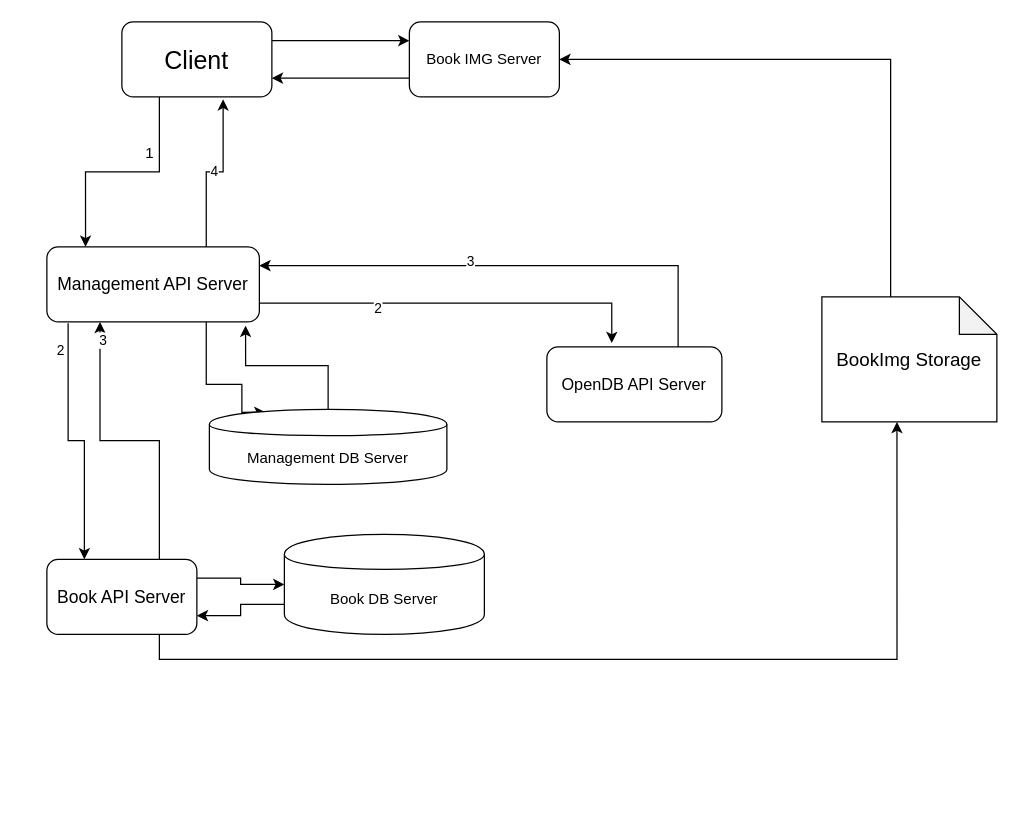
Before: Doc/Design.drawio in Sora-210/RyukokuBooksSystem, a draw.io diagram. Source tidied: cells renumbered, new cells numbered last; positions are measured from the earlier drawing's top-left corner, leaving out a move shared by most shapes. Both pictures are drawn from the tidied source at 125%, with x=0, y=0 at pixel (46, 21).
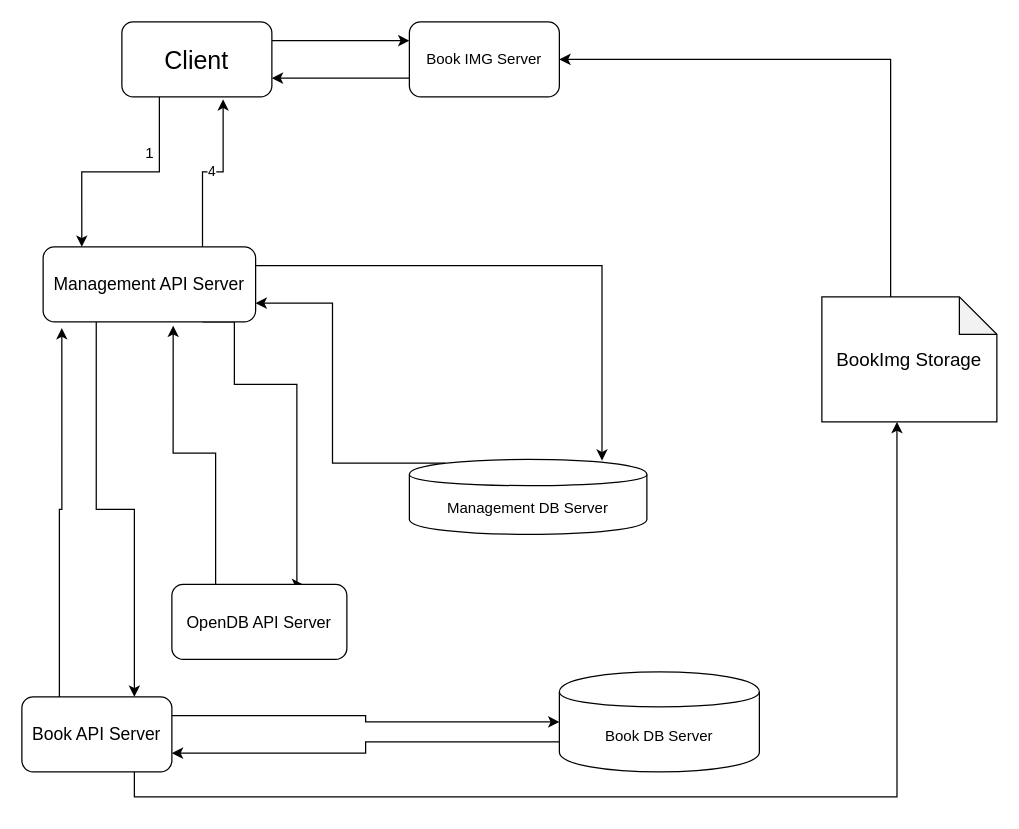
The same diagram, later.

Commit message:
サーバーデザインの変更

The edit, as a diff of the source:
```diff
@@
-    <mxCell id="5" style="edgeStyle=orthogonalEdgeStyle;rounded=0;jettySize=auto;html=1;entryX=0.25;entryY=0;entryDx=0;entryDy=0;exitX=0.1;exitY=1.017;exitDx=0;exitDy=0;exitPerimeter=0;" parent="1" edge="1" source="11" target="16">
-      <mxGeometry relative="1" as="geometry" />
-    </mxCell>
-    <mxCell id="6" value="2" style="edgeLabel;html=1;align=center;verticalAlign=middle;" parent="5" vertex="1">
-      <mxGeometry x="-0.38" y="-18" relative="1" as="geometry">
-        <mxPoint x="11" y="-42" as="offset" />
-      </mxGeometry>
-    </mxCell>
-    <mxCell id="7" style="edgeStyle=orthogonalEdgeStyle;rounded=0;jettySize=auto;html=1;exitX=1;exitY=0.75;exitDx=0;exitDy=0;entryX=0.371;entryY=-0.05;entryDx=0;entryDy=0;entryPerimeter=0;" parent="1" edge="1" source="11" target="19">
-      <mxGeometry relative="1" as="geometry" />
-    </mxCell>
-    <mxCell id="8" value="2" style="edgeLabel;html=1;align=center;verticalAlign=middle;" parent="7" vertex="1">
-      <mxGeometry x="-0.4" y="-3" relative="1" as="geometry" />
-    </mxCell>
@@
-    <mxCell id="10" style="edgeStyle=orthogonalEdgeStyle;rounded=0;jettySize=auto;html=1;exitX=0.75;exitY=1;exitDx=0;exitDy=0;entryX=0.236;entryY=0.038;entryDx=0;entryDy=0;entryPerimeter=0;" parent="1" edge="1" source="11" target="22">
-      <mxGeometry relative="1" as="geometry">
-        <Array as="points">
-          <mxPoint x="128" y="290" />
-          <mxPoint x="156" y="290" />
-        </Array>
-      </mxGeometry>
+    <mxCell id="10" style="edgeStyle=orthogonalEdgeStyle;rounded=0;jettySize=auto;html=1;exitX=1;exitY=0.25;exitDx=0;exitDy=0;entryX=0.811;entryY=0.017;entryDx=0;entryDy=0;entryPerimeter=0;" parent="1" edge="1" source="11" target="22">
+      <mxGeometry relative="1" as="geometry" />
     </mxCell>
+    <mxCell id="7" style="edgeStyle=orthogonalEdgeStyle;rounded=0;jettySize=auto;html=1;exitX=0.75;exitY=1;exitDx=0;exitDy=0;entryX=0.75;entryY=0;entryDx=0;entryDy=0;" parent="1" edge="1" source="11" target="19">
+      <mxGeometry relative="1" as="geometry">
+        <Array as="points">
+          <mxPoint x="150" y="240" />
+          <mxPoint x="150" y="290" />
+          <mxPoint x="200" y="290" />
+          <mxPoint x="200" y="450" />
+        </Array>
+      </mxGeometry>
+    </mxCell>
+    <mxCell id="5" style="edgeStyle=orthogonalEdgeStyle;rounded=0;jettySize=auto;html=1;exitX=0.25;exitY=1;exitDx=0;exitDy=0;entryX=0.75;entryY=0;entryDx=0;entryDy=0;" parent="1" edge="1" source="11" target="16">
+      <mxGeometry relative="1" as="geometry" />
+    </mxCell>
     <mxCell id="11" value="&lt;font style=&quot;font-size: 14px&quot;&gt;Management API Server&lt;/font&gt;" style="rounded=1;whiteSpace=wrap;html=1;" parent="1" vertex="1">
-      <mxGeometry y="180" width="170" height="60" as="geometry" />
+      <mxGeometry x="-3" y="180" width="170" height="60" as="geometry" />
     </mxCell>
-    <mxCell id="12" style="edgeStyle=orthogonalEdgeStyle;rounded=0;jettySize=auto;html=1;exitX=0.75;exitY=0;exitDx=0;exitDy=0;entryX=0.25;entryY=1;entryDx=0;entryDy=0;" parent="1" edge="1" source="16" target="11">
-      <mxGeometry relative="1" as="geometry" />
-    </mxCell>
-    <mxCell id="13" value="3" style="edgeLabel;html=1;align=center;verticalAlign=middle;" parent="12" vertex="1">
-      <mxGeometry x="0.19" y="2" relative="1" as="geometry">
-        <mxPoint y="-82.5" as="offset" />
-      </mxGeometry>
-    </mxCell>
@@
+    <mxCell id="12" style="edgeStyle=orthogonalEdgeStyle;rounded=0;jettySize=auto;html=1;exitX=0.25;exitY=0;exitDx=0;exitDy=0;entryX=0.088;entryY=1.083;entryDx=0;entryDy=0;entryPerimeter=0;" parent="1" edge="1" source="16" target="11">
+      <mxGeometry relative="1" as="geometry" />
+    </mxCell>
     <mxCell id="16" value="&lt;font style=&quot;font-size: 14px&quot;&gt;Book API Server&lt;/font&gt;" style="rounded=1;whiteSpace=wrap;html=1;" parent="1" vertex="1">
-      <mxGeometry y="430" width="120" height="60" as="geometry" />
+      <mxGeometry x="-20" y="540" width="120" height="60" as="geometry" />
     </mxCell>
-    <mxCell id="17" style="edgeStyle=orthogonalEdgeStyle;rounded=0;jettySize=auto;html=1;exitX=0.75;exitY=0;exitDx=0;exitDy=0;entryX=1;entryY=0.25;entryDx=0;entryDy=0;" parent="1" edge="1" source="19" target="11">
+    <mxCell id="17" style="edgeStyle=orthogonalEdgeStyle;rounded=0;jettySize=auto;html=1;exitX=0.25;exitY=0;exitDx=0;exitDy=0;entryX=0.612;entryY=1.05;entryDx=0;entryDy=0;entryPerimeter=0;" parent="1" edge="1" source="19" target="11">
       <mxGeometry relative="1" as="geometry" />
     </mxCell>
-    <mxCell id="18" value="3" style="edgeLabel;html=1;align=center;verticalAlign=middle;" parent="17" vertex="1">
-      <mxGeometry x="0.12" y="9" relative="1" as="geometry">
-        <mxPoint x="-8" y="-13" as="offset" />
-      </mxGeometry>
-    </mxCell>
     <mxCell id="19" value="&lt;font style=&quot;font-size: 13px&quot;&gt;OpenDB API Server&lt;/font&gt;" style="rounded=1;whiteSpace=wrap;html=1;" parent="1" vertex="1">
-      <mxGeometry x="400" y="260" width="140" height="60" as="geometry" />
+      <mxGeometry x="100" y="450" width="140" height="60" as="geometry" />
     </mxCell>
@@
-    <mxCell id="21" style="edgeStyle=orthogonalEdgeStyle;rounded=0;jettySize=auto;html=1;exitX=0.5;exitY=0;exitDx=0;exitDy=0;entryX=0.935;entryY=1.05;entryDx=0;entryDy=0;entryPerimeter=0;" parent="1" edge="1" source="22" target="11">
+    <mxCell id="21" style="edgeStyle=orthogonalEdgeStyle;rounded=0;jettySize=auto;html=1;exitX=0.15;exitY=0.05;exitDx=0;exitDy=0;exitPerimeter=0;entryX=1;entryY=0.75;entryDx=0;entryDy=0;" parent="1" edge="1" source="22" target="11">
       <mxGeometry relative="1" as="geometry" />
     </mxCell>
     <mxCell id="22" value="Management DB Server" style="shape=cylinder;whiteSpace=wrap;html=1;boundedLbl=1;backgroundOutline=1;" parent="1" vertex="1">
-      <mxGeometry x="130" y="310" width="190" height="60" as="geometry" />
+      <mxGeometry x="290" y="350" width="190" height="60" as="geometry" />
     </mxCell>
@@
     <mxCell id="24" value="Book DB Server" style="shape=cylinder;whiteSpace=wrap;html=1;boundedLbl=1;backgroundOutline=1;" parent="1" vertex="1">
-      <mxGeometry x="190" y="410" width="160" height="80" as="geometry" />
+      <mxGeometry x="410" y="520" width="160" height="80" as="geometry" />
     </mxCell>
```
